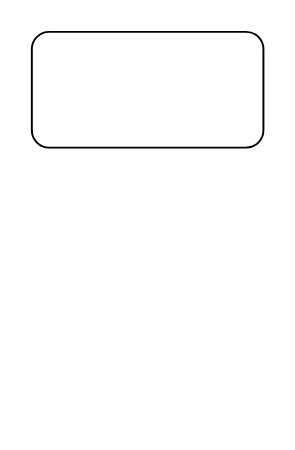
This is user-server_proc.drawio from kd0547/toy-movie, a draw.io file, before an edit. Source tidied: cells renumbered, new cells numbered last; positions are measured from the earlier drawing's top-left corner, leaving out a move shared by most shapes. Both pictures are drawn from the tidied source at 193%, with x=0, y=0 at pixel (31, 31).
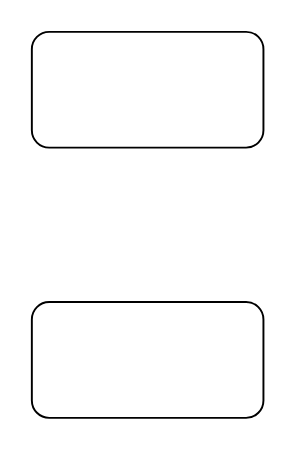
Above is the later version.

Change to the diagram source:
```diff
@@
 <mxGraphModel>
   <root>
     <mxCell id="0" />
     <mxCell id="1" parent="0" />
     <mxCell id="2" style="rounded=1;whiteSpace=wrap;html=1;" parent="1" vertex="1">
       <mxGeometry width="120" height="60" as="geometry" />
     </mxCell>
+    <mxCell id="3" style="rounded=1;whiteSpace=wrap;html=1;" parent="1" vertex="1">
+      <mxGeometry y="140" width="120" height="60" as="geometry" />
+    </mxCell>
   </root>
 </mxGraphModel>
```
